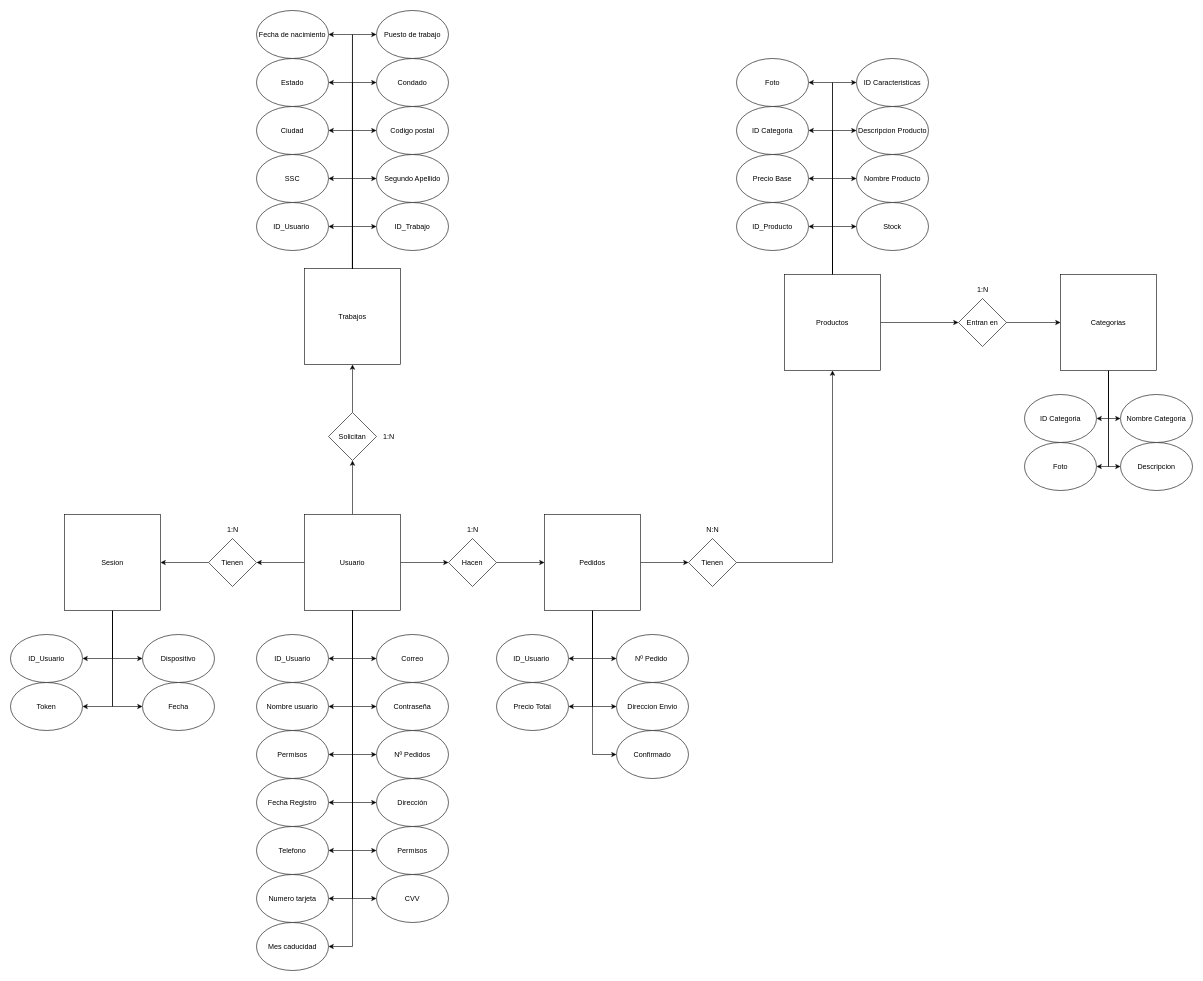
The draw.io diagram page "Modelo Relacional" (1 of 2) of BBDDTFG.drawio in meeeww/tfg_server, before the edit. Source tidied: cells renumbered, new cells numbered last; positions are measured from the earlier drawing's top-left corner, leaving out a move shared by most shapes. Both pictures are drawn from the tidied source at 60%, with x=0, y=0 at pixel (10, 10).
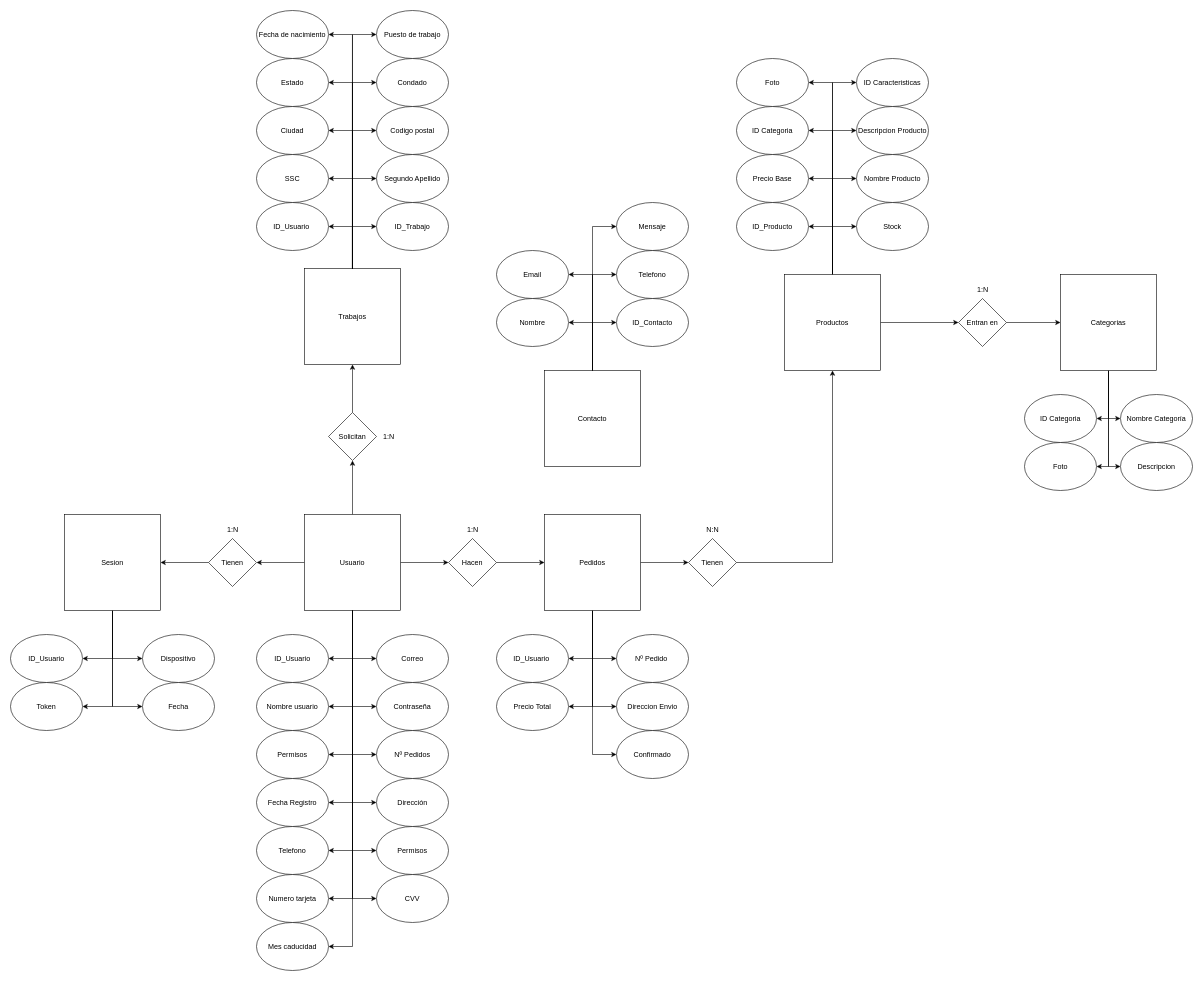
Above is the later version.

Diff of the diagram source:
```diff
@@
+    <mxCell id="117" value="Contacto" style="whiteSpace=wrap;html=1;" parent="1" vertex="1">
+      <mxGeometry x="890" y="600" width="160" height="160" as="geometry" />
+    </mxCell>
+    <mxCell id="118" value="ID_Contacto" style="ellipse;whiteSpace=wrap;html=1;" parent="1" vertex="1">
+      <mxGeometry x="1010" y="480" width="120" height="80" as="geometry" />
+    </mxCell>
+    <mxCell id="119" style="edgeStyle=orthogonalEdgeStyle;rounded=0;jettySize=auto;html=1;entryX=0;entryY=0.5;entryDx=0;entryDy=0;exitX=0.5;exitY=0;exitDx=0;exitDy=0;" parent="1" edge="1" source="117" target="118">
+      <mxGeometry relative="1" as="geometry">
+        <Array as="points">
+          <mxPoint x="970" y="520" />
+        </Array>
+      </mxGeometry>
+    </mxCell>
+    <mxCell id="120" value="Nombre" style="ellipse;whiteSpace=wrap;html=1;" parent="1" vertex="1">
+      <mxGeometry x="810" y="480" width="120" height="80" as="geometry" />
+    </mxCell>
+    <mxCell id="121" style="edgeStyle=orthogonalEdgeStyle;rounded=0;jettySize=auto;html=1;exitX=0.5;exitY=0;exitDx=0;exitDy=0;" parent="1" edge="1" target="120">
+      <mxGeometry relative="1" as="geometry">
+        <mxPoint x="970" y="600" as="sourcePoint" />
+        <Array as="points">
+          <mxPoint x="970" y="520" />
+        </Array>
+      </mxGeometry>
+    </mxCell>
+    <mxCell id="122" value="Telefono" style="ellipse;whiteSpace=wrap;html=1;" parent="1" vertex="1">
+      <mxGeometry x="1010" y="400" width="120" height="80" as="geometry" />
+    </mxCell>
+    <mxCell id="123" value="Email" style="ellipse;whiteSpace=wrap;html=1;" parent="1" vertex="1">
+      <mxGeometry x="810" y="400" width="120" height="80" as="geometry" />
+    </mxCell>
+    <mxCell id="124" value="Mensaje" style="ellipse;whiteSpace=wrap;html=1;" parent="1" vertex="1">
+      <mxGeometry x="1010" y="320" width="120" height="80" as="geometry" />
+    </mxCell>
+    <mxCell id="125" style="edgeStyle=orthogonalEdgeStyle;rounded=0;jettySize=auto;html=1;exitX=0.5;exitY=0;exitDx=0;exitDy=0;" parent="1" edge="1" target="123">
+      <mxGeometry relative="1" as="geometry">
+        <mxPoint x="970" y="600" as="sourcePoint" />
+        <Array as="points">
+          <mxPoint x="970" y="440" />
+        </Array>
+      </mxGeometry>
+    </mxCell>
+    <mxCell id="126" style="edgeStyle=orthogonalEdgeStyle;rounded=0;jettySize=auto;html=1;exitX=0.5;exitY=0;exitDx=0;exitDy=0;entryX=0;entryY=0.5;entryDx=0;entryDy=0;" parent="1" edge="1" target="122">
+      <mxGeometry relative="1" as="geometry">
+        <mxPoint x="970" y="600" as="sourcePoint" />
+        <Array as="points">
+          <mxPoint x="970" y="440" />
+        </Array>
+      </mxGeometry>
+    </mxCell>
+    <mxCell id="127" style="edgeStyle=orthogonalEdgeStyle;rounded=0;jettySize=auto;html=1;exitX=0.5;exitY=0;exitDx=0;exitDy=0;" parent="1" edge="1" target="124">
+      <mxGeometry relative="1" as="geometry">
+        <mxPoint x="970" y="600" as="sourcePoint" />
+        <Array as="points">
+          <mxPoint x="970" y="360" />
+        </Array>
+      </mxGeometry>
+    </mxCell>
```
